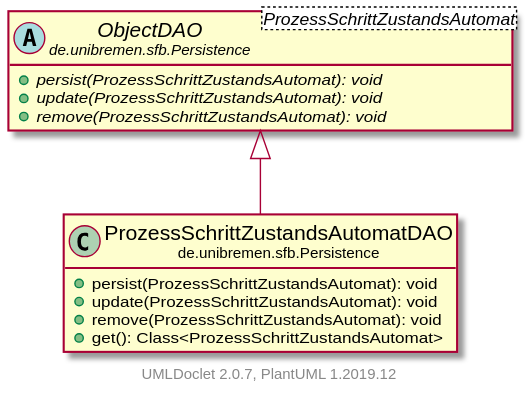
The PlantUML diagram doc/UML/modulsichtSVG/ProzessSchrittZustandsAutomatDAO.svg in fkehlenb/softwareprojekt-2, before a commit. The source it was exported from:
```plantuml
@startuml
    set namespaceSeparator none
    hide empty fields
    hide empty methods

    class "<size:14>ProzessSchrittZustandsAutomatDAO\n<size:10>de.unibremen.sfb.Persistence" as de.unibremen.sfb.Persistence.ProzessSchrittZustandsAutomatDAO [[ProzessSchrittZustandsAutomatDAO.html]] {
        +persist(ProzessSchrittZustandsAutomat): void
        +update(ProzessSchrittZustandsAutomat): void
        +remove(ProzessSchrittZustandsAutomat): void
        +get(): Class<ProzessSchrittZustandsAutomat>
    }

    abstract class "<size:14>ObjectDAO\n<size:10>de.unibremen.sfb.Persistence" as de.unibremen.sfb.Persistence.ObjectDAO<ProzessSchrittZustandsAutomat> [[ObjectDAO.html]] {
        {abstract} +persist(ProzessSchrittZustandsAutomat): void
        {abstract} +update(ProzessSchrittZustandsAutomat): void
        {abstract} +remove(ProzessSchrittZustandsAutomat): void
    }

    de.unibremen.sfb.Persistence.ObjectDAO <|-- de.unibremen.sfb.Persistence.ProzessSchrittZustandsAutomatDAO

    center footer UMLDoclet 2.0.7, PlantUML 1.2019.12
@enduml
```
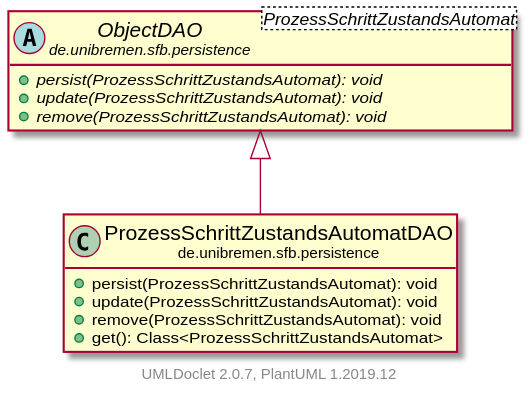
After the commit.

What changed in the source:
```diff
@@ -3,20 +3,20 @@
     hide empty fields
     hide empty methods
 
-    class "<size:14>ProzessSchrittZustandsAutomatDAO\n<size:10>de.unibremen.sfb.Persistence" as de.unibremen.sfb.Persistence.ProzessSchrittZustandsAutomatDAO [[ProzessSchrittZustandsAutomatDAO.html]] {
+    class "<size:14>ProzessSchrittZustandsAutomatDAO\n<size:10>de.unibremen.sfb.persistence" as de.unibremen.sfb.persistence.ProzessSchrittZustandsAutomatDAO [[ProzessSchrittZustandsAutomatDAO.html]] {
         +persist(ProzessSchrittZustandsAutomat): void
         +update(ProzessSchrittZustandsAutomat): void
         +remove(ProzessSchrittZustandsAutomat): void
         +get(): Class<ProzessSchrittZustandsAutomat>
     }
 
-    abstract class "<size:14>ObjectDAO\n<size:10>de.unibremen.sfb.Persistence" as de.unibremen.sfb.Persistence.ObjectDAO<ProzessSchrittZustandsAutomat> [[ObjectDAO.html]] {
+    abstract class "<size:14>ObjectDAO\n<size:10>de.unibremen.sfb.persistence" as de.unibremen.sfb.persistence.ObjectDAO<ProzessSchrittZustandsAutomat> [[ObjectDAO.html]] {
         {abstract} +persist(ProzessSchrittZustandsAutomat): void
         {abstract} +update(ProzessSchrittZustandsAutomat): void
         {abstract} +remove(ProzessSchrittZustandsAutomat): void
     }
 
-    de.unibremen.sfb.Persistence.ObjectDAO <|-- de.unibremen.sfb.Persistence.ProzessSchrittZustandsAutomatDAO
+    de.unibremen.sfb.persistence.ObjectDAO <|-- de.unibremen.sfb.persistence.ProzessSchrittZustandsAutomatDAO
 
     center footer UMLDoclet 2.0.7, PlantUML 1.2019.12
 @enduml
```
